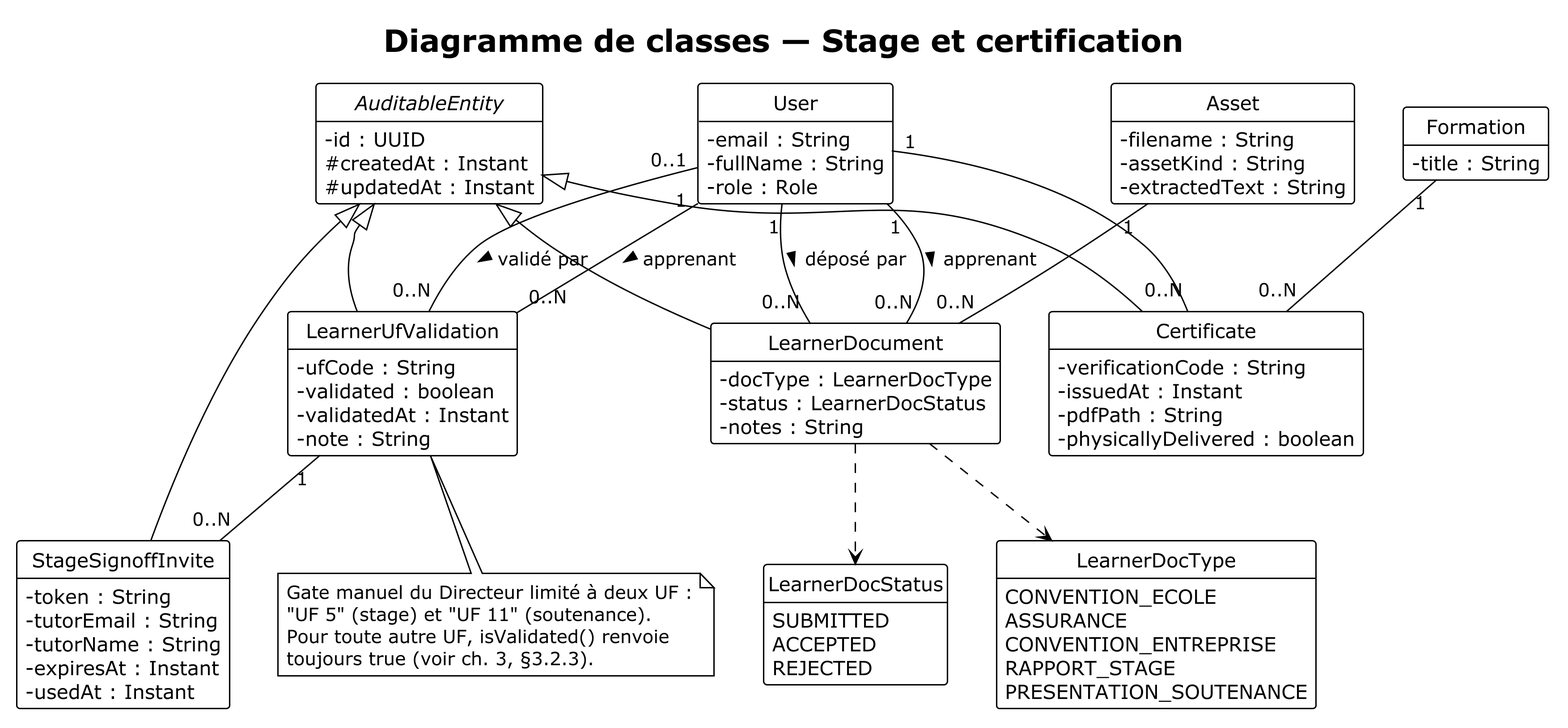
Earlier version of the PlantUML export diagrammes/images/diagramme_classes_stage_certification.png (aminecharro01/E-learning).
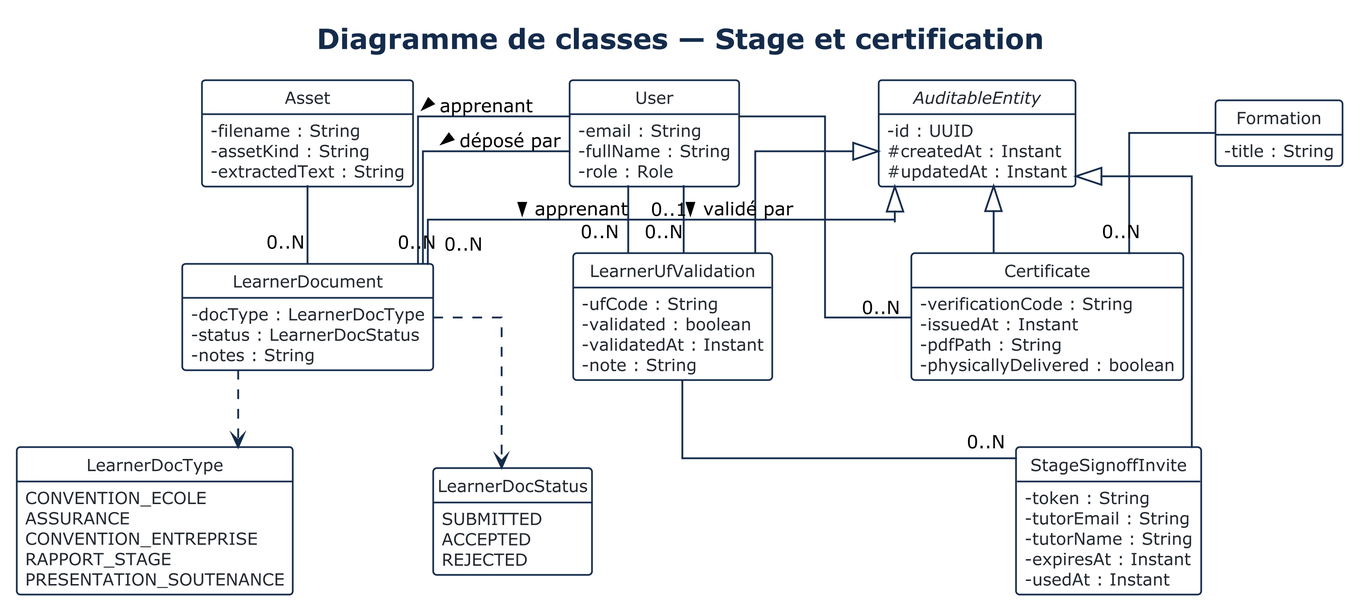
Above is the later version.

Commit message:
Apply the ensemble diagram's style to the 3 detailed class diagrams

Diff of the diagram source:
```diff
@@ -1,9 +1,34 @@
 @startuml diagramme_classes_stage_certification
 !theme plain
+
 skinparam dpi 300
+skinparam shadowing false
 skinparam classAttributeIconSize 0
+skinparam linetype ortho
 hide circle
 hide empty members
+
+skinparam nodesep 100
+skinparam ranksep 48
+
+skinparam class {
+    BackgroundColor White
+    BorderColor #142B4B
+    BorderThickness 1.2
+    ArrowColor #142B4B
+    ArrowThickness 1.3
+    FontColor #142B4B
+    FontStyle Bold
+    AttributeFontColor #23282F
+    AttributeFontStyle Normal
+    AttributeFontSize 12
+}
+
+skinparam title {
+    FontColor #142B4B
+    FontSize 20
+    FontStyle Bold
+}
 
 title Diagramme de classes — Stage et certification
 
@@ -79,22 +104,15 @@
 LearnerDocument ..> LearnerDocType
 LearnerDocument ..> LearnerDocStatus
 
-User "1" -- "0..N" LearnerUfValidation : apprenant >
+User -- "0..N" LearnerUfValidation : apprenant >
 User "0..1" -- "0..N" LearnerUfValidation : validé par >
-LearnerUfValidation "1" -- "0..N" StageSignoffInvite
+LearnerUfValidation -- "0..N" StageSignoffInvite
 
-User "1" -- "0..N" LearnerDocument : apprenant >
-User "1" -- "0..N" LearnerDocument : déposé par >
-Asset "1" -- "0..N" LearnerDocument
+User -- "0..N" LearnerDocument : apprenant >
+User -- "0..N" LearnerDocument : déposé par >
+Asset -- "0..N" LearnerDocument
 
-User "1" -- "0..N" Certificate
-Formation "1" -- "0..N" Certificate
-
-note bottom of LearnerUfValidation
-  Gate manuel du Directeur limité à deux UF :
-  "UF 5" (stage) et "UF 11" (soutenance).
-  Pour toute autre UF, isValidated() renvoie
-  toujours true (voir ch. 3, §3.2.3).
-end note
+User -- "0..N" Certificate
+Formation -- "0..N" Certificate
 
 @enduml
```
